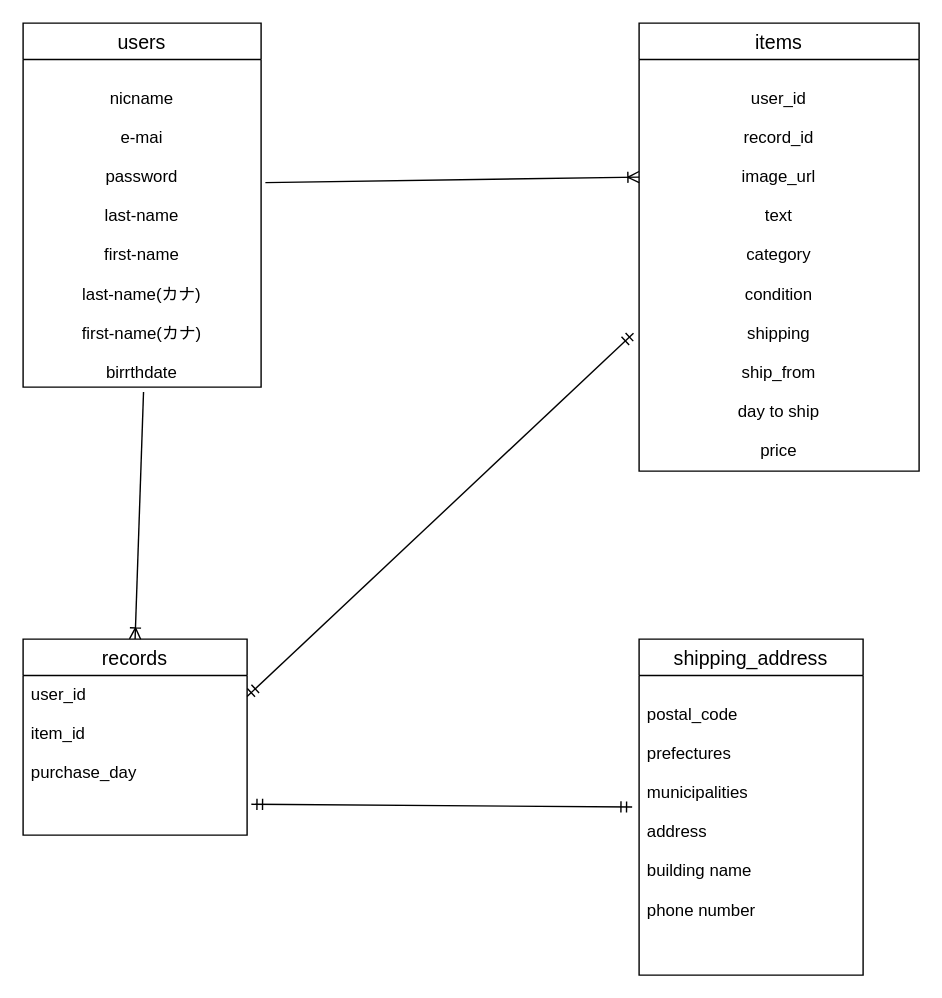
Before: app/controllers/ER.dio in kawashimakouhei/furima-29120, a draw.io diagram. Source tidied: cells renumbered, new cells numbered last; positions are measured from the earlier drawing's top-left corner, leaving out a move shared by most shapes. Both pictures are drawn from the tidied source at 140%, with x=0, y=0 at pixel (22, 22).
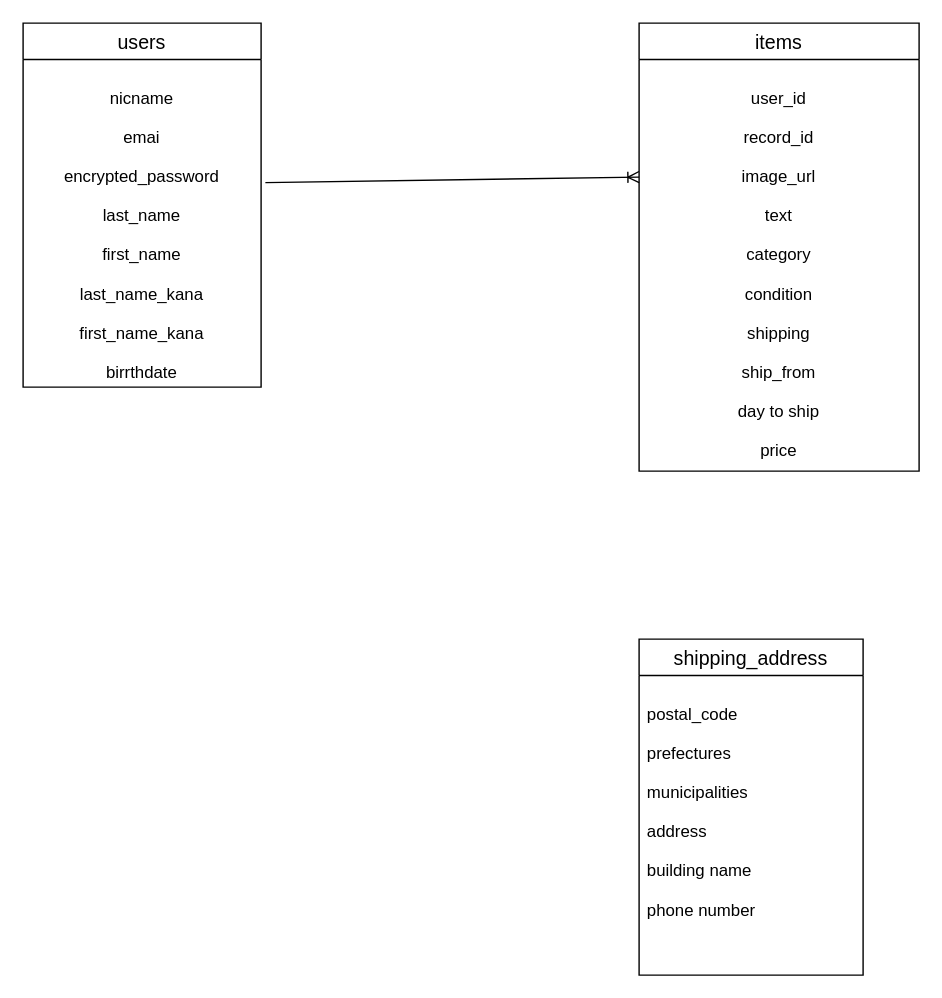
The same diagram, later.

Commit message (it also covers changes not shown here):
データベース設計の修正

Change to the diagram source:
```diff
@@
 <mxGraphModel>
   <root>
     <mxCell id="0" />
     <mxCell id="1" parent="0" />
     <mxCell id="2" value="users" style="swimlane;fontStyle=0;horizontal=1;startSize=26;align=center;fontSize=14;" parent="1" vertex="1">
       <mxGeometry width="170" height="260" as="geometry" />
     </mxCell>
-    <mxCell id="3" value="&#10;nicname&#10;&#10;e-mai&#10;&#10;password&#10;&#10;last-name&#10;&#10;first-name&#10;&#10;last-name(カナ)&#10;&#10;first-name(カナ)&#10;&#10;birrthdate" style="text;strokeColor=none;fillColor=none;spacingLeft=4;spacingRight=4;overflow=hidden;points=[[0,0.5],[1,0.5]];portConstraint=eastwest;fontSize=12;align=center;" parent="2" vertex="1">
+    <mxCell id="3" value="&#10;nicname&#10;&#10;emai&#10;&#10;encrypted_password&#10;&#10;last_name&#10;&#10;first_name&#10;&#10;last_name_kana&#10;&#10;first_name_kana&#10;&#10;birrthdate" style="text;strokeColor=none;fillColor=none;spacingLeft=4;spacingRight=4;overflow=hidden;points=[[0,0.5],[1,0.5]];portConstraint=eastwest;fontSize=12;align=center;" parent="2" vertex="1">
       <mxGeometry y="26" width="170" height="234" as="geometry" />
     </mxCell>
     <mxCell id="4" value="items" style="swimlane;fontStyle=0;horizontal=1;startSize=26;align=center;fontSize=14;" parent="1" vertex="1">
       <mxGeometry x="440" width="200" height="320" as="geometry" />
     </mxCell>
     <mxCell id="5" value="&#10;user_id&#10;&#10;record_id&#10;&#10;image_url&#10;&#10;text&#10;&#10;category&#10;&#10;condition&#10;&#10;shipping&#10;&#10;ship_from&#10;&#10;day to ship&#10;&#10;price" style="text;strokeColor=none;fillColor=none;spacingLeft=4;spacingRight=4;overflow=hidden;points=[[0,0.5],[1,0.5]];portConstraint=eastwest;fontSize=12;align=center;" parent="4" vertex="1">
       <mxGeometry y="26" width="200" height="294" as="geometry" />
     </mxCell>
     <mxCell id="6" value="shipping_address" style="swimlane;fontStyle=0;horizontal=1;startSize=26;align=center;fontSize=14;" parent="1" vertex="1">
       <mxGeometry x="440" y="440" width="160" height="240" as="geometry" />
     </mxCell>
     <mxCell id="7" value="&#10;postal_code&#10;&#10;prefectures&#10;&#10;municipalities&#10;&#10;address&#10;&#10;building name&#10;&#10;phone number" style="text;strokeColor=none;fillColor=none;spacingLeft=4;spacingRight=4;overflow=hidden;points=[[0,0.5],[1,0.5]];portConstraint=eastwest;fontSize=12;" parent="6" vertex="1">
       <mxGeometry y="26" width="160" height="214" as="geometry" />
     </mxCell>
-    <mxCell id="8" value="records" style="swimlane;fontStyle=0;horizontal=1;startSize=26;align=center;fontSize=14;" parent="1" vertex="1">
-      <mxGeometry y="440" width="160" height="140" as="geometry" />
-    </mxCell>
-    <mxCell id="9" value="user_id&#10;&#10;item_id&#10;&#10;purchase_day &#10;&#10;" style="text;strokeColor=none;fillColor=none;spacingLeft=4;spacingRight=4;overflow=hidden;points=[[0,0.5],[1,0.5]];portConstraint=eastwest;fontSize=12;" parent="8" vertex="1">
-      <mxGeometry y="26" width="160" height="114" as="geometry" />
-    </mxCell>
-    <mxCell id="10" style="fontSize=12;html=1;endArrow=ERoneToMany;exitX=0.506;exitY=1.015;exitDx=0;exitDy=0;exitPerimeter=0;entryX=0.5;entryY=0;entryDx=0;entryDy=0;" parent="1" edge="1" source="3" target="8">
-      <mxGeometry relative="1" as="geometry" />
-    </mxCell>
-    <mxCell id="11" style="fontSize=12;html=1;endArrow=ERmandOne;startArrow=ERmandOne;entryX=-0.02;entryY=0.665;entryDx=0;entryDy=0;entryPerimeter=0;exitX=1;exitY=0.5;exitDx=0;exitDy=0;" parent="1" edge="1" target="5">
-      <mxGeometry relative="1" as="geometry">
-        <mxPoint x="160" y="481" as="sourcePoint" />
-      </mxGeometry>
-    </mxCell>
-    <mxCell id="12" style="fontSize=12;html=1;endArrow=ERmandOne;startArrow=ERmandOne;entryX=-0.031;entryY=0.439;entryDx=0;entryDy=0;entryPerimeter=0;exitX=1.019;exitY=0.807;exitDx=0;exitDy=0;exitPerimeter=0;" parent="1" edge="1" source="9" target="7">
-      <mxGeometry relative="1" as="geometry" />
-    </mxCell>
     <mxCell id="13" style="fontSize=12;html=1;endArrow=ERoneToMany;exitX=1.018;exitY=0.376;exitDx=0;exitDy=0;exitPerimeter=0;" parent="1" edge="1" source="3">
       <mxGeometry relative="1" as="geometry">
         <mxPoint x="440" y="110" as="targetPoint" />
       </mxGeometry>
     </mxCell>
   </root>
 </mxGraphModel>
```
